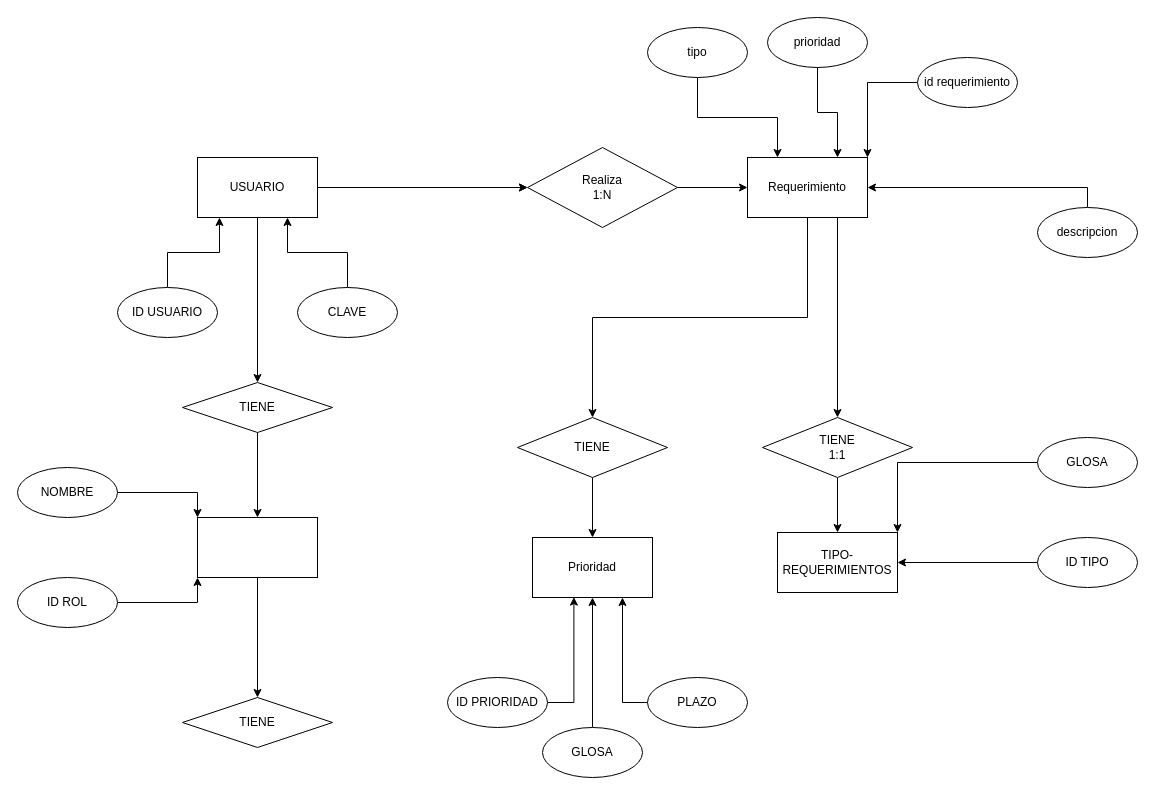
This is TALLER DE PROGRAMACIÓN/ENE_PRO201_2020/DIAGRAMA/Diagrama.drawio from DarkSpectrum7/AIEP, a draw.io file, before an edit. Source tidied: cells renumbered, new cells numbered last; positions are measured from the earlier drawing's top-left corner, leaving out a move shared by most shapes. Both pictures are drawn from the tidied source at 100%, with x=0, y=0 at pixel (17, 17).
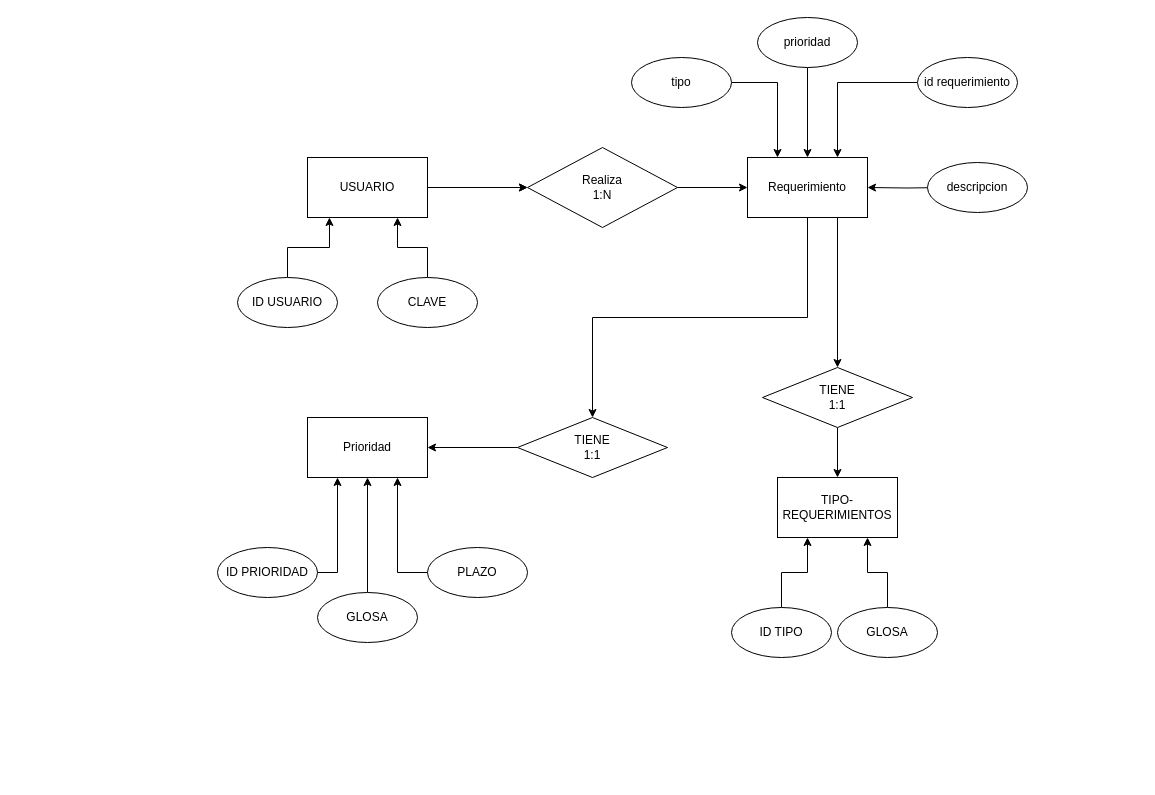
The same page after the edit.

The change refers to these unchanged cells:
```xml
<mxCell id="6" value="Requerimiento" style="rounded=0;whiteSpace=wrap;html=1;" parent="1" vertex="1">
  <mxGeometry x="730" y="140" width="120" height="60" as="geometry" />
</mxCell>
<mxCell id="15" value="id requerimiento" style="ellipse;whiteSpace=wrap;html=1;" parent="1" vertex="1">
  <mxGeometry x="900" y="40" width="100" height="50" as="geometry" />
</mxCell>
```

What changed in the source:
```diff
@@
-    <mxCell id="2" style="edgeStyle=orthogonalEdgeStyle;rounded=0;jettySize=auto;html=1;exitX=0.5;exitY=1;exitDx=0;exitDy=0;entryX=0.5;entryY=0;entryDx=0;entryDy=0;" parent="1" edge="1" source="3" target="43">
-      <mxGeometry relative="1" as="geometry" />
-    </mxCell>
     <mxCell id="3" value="USUARIO" style="rounded=0;whiteSpace=wrap;html=1;" parent="1" vertex="1">
-      <mxGeometry x="180" y="140" width="120" height="60" as="geometry" />
+      <mxGeometry x="290" y="140" width="120" height="60" as="geometry" />
     </mxCell>
@@
     <mxCell id="11" value="ID USUARIO" style="ellipse;whiteSpace=wrap;html=1;" parent="1" vertex="1">
-      <mxGeometry x="100" y="270" width="100" height="50" as="geometry" />
+      <mxGeometry x="220" y="260" width="100" height="50" as="geometry" />
     </mxCell>
@@
     <mxCell id="13" value="CLAVE" style="ellipse;whiteSpace=wrap;html=1;" parent="1" vertex="1">
-      <mxGeometry x="280" y="270" width="100" height="50" as="geometry" />
+      <mxGeometry x="360" y="260" width="100" height="50" as="geometry" />
     </mxCell>
-    <mxCell id="14" style="edgeStyle=orthogonalEdgeStyle;rounded=0;jettySize=auto;html=1;exitX=0;exitY=0.5;exitDx=0;exitDy=0;entryX=1;entryY=0;entryDx=0;entryDy=0;" parent="1" edge="1" source="15" target="6">
+    <mxCell id="14" style="edgeStyle=orthogonalEdgeStyle;rounded=0;jettySize=auto;html=1;exitX=0;exitY=0.5;exitDx=0;exitDy=0;entryX=0.75;entryY=0;entryDx=0;entryDy=0;" parent="1" edge="1" source="15" target="6">
       <mxGeometry relative="1" as="geometry" />
     </mxCell>
@@
-    <mxCell id="16" style="edgeStyle=orthogonalEdgeStyle;rounded=0;jettySize=auto;html=1;exitX=0.5;exitY=0;exitDx=0;exitDy=0;entryX=1;entryY=0.5;entryDx=0;entryDy=0;" parent="1" edge="1" source="17" target="6">
-      <mxGeometry relative="1" as="geometry" />
+    <mxCell id="16" style="edgeStyle=orthogonalEdgeStyle;rounded=0;jettySize=auto;html=1;entryX=1;entryY=0.5;entryDx=0;entryDy=0;" parent="1" edge="1" target="6">
+      <mxGeometry relative="1" as="geometry">
+        <mxPoint x="929" y="170" as="sourcePoint" />
+      </mxGeometry>
     </mxCell>
     <mxCell id="17" value="descripcion" style="ellipse;whiteSpace=wrap;html=1;" parent="1" vertex="1">
-      <mxGeometry x="1020" y="190" width="100" height="50" as="geometry" />
+      <mxGeometry x="910" y="145" width="100" height="50" as="geometry" />
     </mxCell>
-    <mxCell id="18" style="edgeStyle=orthogonalEdgeStyle;rounded=0;jettySize=auto;html=1;exitX=0.5;exitY=1;exitDx=0;exitDy=0;entryX=0.75;entryY=0;entryDx=0;entryDy=0;" parent="1" edge="1" source="19" target="6">
+    <mxCell id="18" style="edgeStyle=orthogonalEdgeStyle;rounded=0;jettySize=auto;html=1;exitX=0.5;exitY=1;exitDx=0;exitDy=0;entryX=0.5;entryY=0;entryDx=0;entryDy=0;" parent="1" edge="1" source="19" target="6">
       <mxGeometry relative="1" as="geometry" />
     </mxCell>
     <mxCell id="19" value="prioridad" style="ellipse;whiteSpace=wrap;html=1;" parent="1" vertex="1">
-      <mxGeometry x="750" width="100" height="50" as="geometry" />
+      <mxGeometry x="740" width="100" height="50" as="geometry" />
     </mxCell>
@@
     <mxCell id="23" value="tipo" style="ellipse;whiteSpace=wrap;html=1;" parent="1" vertex="1">
-      <mxGeometry x="630" y="10" width="100" height="50" as="geometry" />
+      <mxGeometry x="614" y="40" width="100" height="50" as="geometry" />
     </mxCell>
     <mxCell id="24" value="Prioridad" style="rounded=0;whiteSpace=wrap;html=1;" parent="1" vertex="1">
-      <mxGeometry x="515" y="520" width="120" height="60" as="geometry" />
+      <mxGeometry x="290" y="400" width="120" height="60" as="geometry" />
     </mxCell>
-    <mxCell id="25" style="edgeStyle=orthogonalEdgeStyle;rounded=0;jettySize=auto;html=1;exitX=1;exitY=0.5;exitDx=0;exitDy=0;entryX=0.345;entryY=0.993;entryDx=0;entryDy=0;entryPerimeter=0;" parent="1" edge="1" source="26" target="24">
+    <mxCell id="25" style="edgeStyle=orthogonalEdgeStyle;rounded=0;jettySize=auto;html=1;exitX=1;exitY=0.5;exitDx=0;exitDy=0;entryX=0.25;entryY=1;entryDx=0;entryDy=0;" parent="1" edge="1" source="26" target="24">
       <mxGeometry relative="1" as="geometry" />
     </mxCell>
     <mxCell id="26" value="ID PRIORIDAD" style="ellipse;whiteSpace=wrap;html=1;" parent="1" vertex="1">
-      <mxGeometry x="430" y="660" width="100" height="50" as="geometry" />
+      <mxGeometry x="200" y="530" width="100" height="50" as="geometry" />
     </mxCell>
@@
     <mxCell id="28" value="PLAZO" style="ellipse;whiteSpace=wrap;html=1;" parent="1" vertex="1">
-      <mxGeometry x="630" y="660" width="100" height="50" as="geometry" />
+      <mxGeometry x="410" y="530" width="100" height="50" as="geometry" />
     </mxCell>
-    <mxCell id="29" style="edgeStyle=orthogonalEdgeStyle;rounded=0;jettySize=auto;html=1;exitX=0.5;exitY=1;exitDx=0;exitDy=0;entryX=0.5;entryY=0;entryDx=0;entryDy=0;" parent="1" edge="1" source="30" target="24">
+    <mxCell id="29" style="edgeStyle=orthogonalEdgeStyle;rounded=0;jettySize=auto;html=1;exitX=0;exitY=0.5;exitDx=0;exitDy=0;entryX=1;entryY=0.5;entryDx=0;entryDy=0;" parent="1" edge="1" source="30" target="24">
       <mxGeometry relative="1" as="geometry" />
     </mxCell>
-    <mxCell id="30" value="TIENE" style="rhombus;whiteSpace=wrap;html=1;" parent="1" vertex="1">
+    <mxCell id="30" value="TIENE&lt;br&gt;1:1" style="rhombus;whiteSpace=wrap;html=1;" parent="1" vertex="1">
       <mxGeometry x="500" y="400" width="150" height="60" as="geometry" />
     </mxCell>
@@
     <mxCell id="32" value="GLOSA" style="ellipse;whiteSpace=wrap;html=1;" parent="1" vertex="1">
-      <mxGeometry x="525" y="710" width="100" height="50" as="geometry" />
+      <mxGeometry x="300" y="575" width="100" height="50" as="geometry" />
     </mxCell>
     <mxCell id="33" value="TIPO-REQUERIMIENTOS" style="rounded=0;whiteSpace=wrap;html=1;" parent="1" vertex="1">
-      <mxGeometry x="760" y="515" width="120" height="60" as="geometry" />
+      <mxGeometry x="760" y="460" width="120" height="60" as="geometry" />
     </mxCell>
@@
     <mxCell id="35" value="&lt;div&gt;TIENE&lt;/div&gt;&lt;div&gt;1:1&lt;br&gt;&lt;/div&gt;" style="rhombus;whiteSpace=wrap;html=1;" parent="1" vertex="1">
-      <mxGeometry x="745" y="400" width="150" height="60" as="geometry" />
+      <mxGeometry x="745" y="350" width="150" height="60" as="geometry" />
     </mxCell>
-    <mxCell id="36" style="edgeStyle=orthogonalEdgeStyle;rounded=0;jettySize=auto;html=1;exitX=0;exitY=0.5;exitDx=0;exitDy=0;" parent="1" edge="1" source="37" target="33">
+    <mxCell id="36" style="edgeStyle=orthogonalEdgeStyle;rounded=0;jettySize=auto;html=1;exitX=0.5;exitY=0;exitDx=0;exitDy=0;entryX=0.25;entryY=1;entryDx=0;entryDy=0;" parent="1" edge="1" source="37" target="33">
       <mxGeometry relative="1" as="geometry" />
     </mxCell>
     <mxCell id="37" value="ID TIPO" style="ellipse;whiteSpace=wrap;html=1;" parent="1" vertex="1">
-      <mxGeometry x="1020" y="520" width="100" height="50" as="geometry" />
+      <mxGeometry x="714" y="590" width="100" height="50" as="geometry" />
     </mxCell>
-    <mxCell id="38" style="edgeStyle=orthogonalEdgeStyle;rounded=0;jettySize=auto;html=1;entryX=1;entryY=0;entryDx=0;entryDy=0;" parent="1" edge="1" source="39" target="33">
+    <mxCell id="38" style="edgeStyle=orthogonalEdgeStyle;rounded=0;jettySize=auto;html=1;entryX=0.75;entryY=1;entryDx=0;entryDy=0;" parent="1" edge="1" source="39" target="33">
       <mxGeometry relative="1" as="geometry" />
     </mxCell>
     <mxCell id="39" value="GLOSA" style="ellipse;whiteSpace=wrap;html=1;" parent="1" vertex="1">
-      <mxGeometry x="1020" y="420" width="100" height="50" as="geometry" />
+      <mxGeometry x="820" y="590" width="100" height="50" as="geometry" />
     </mxCell>
-    <mxCell id="40" style="edgeStyle=orthogonalEdgeStyle;rounded=0;jettySize=auto;html=1;exitX=0.5;exitY=1;exitDx=0;exitDy=0;" parent="1" edge="1" source="41" target="48">
-      <mxGeometry relative="1" as="geometry" />
-    </mxCell>
-    <mxCell id="41" style="rounded=0;whiteSpace=wrap;html=1;" parent="1" vertex="1">
-      <mxGeometry x="180" y="500" width="120" height="60" as="geometry" />
-    </mxCell>
-    <mxCell id="42" style="edgeStyle=orthogonalEdgeStyle;rounded=0;jettySize=auto;html=1;exitX=0.5;exitY=1;exitDx=0;exitDy=0;entryX=0.5;entryY=0;entryDx=0;entryDy=0;" parent="1" edge="1" source="43" target="41">
-      <mxGeometry relative="1" as="geometry" />
-    </mxCell>
-    <mxCell id="43" value="TIENE" style="rhombus;whiteSpace=wrap;html=1;" parent="1" vertex="1">
-      <mxGeometry x="165" y="365" width="150" height="50" as="geometry" />
-    </mxCell>
-    <mxCell id="44" style="edgeStyle=orthogonalEdgeStyle;rounded=0;jettySize=auto;html=1;exitX=1;exitY=0.5;exitDx=0;exitDy=0;entryX=0;entryY=0;entryDx=0;entryDy=0;" parent="1" edge="1" source="45" target="41">
-      <mxGeometry relative="1" as="geometry" />
-    </mxCell>
-    <mxCell id="45" value="NOMBRE" style="ellipse;whiteSpace=wrap;html=1;" parent="1" vertex="1">
-      <mxGeometry y="450" width="100" height="50" as="geometry" />
-    </mxCell>
-    <mxCell id="46" style="edgeStyle=orthogonalEdgeStyle;rounded=0;jettySize=auto;html=1;exitX=1;exitY=0.5;exitDx=0;exitDy=0;entryX=0;entryY=1;entryDx=0;entryDy=0;" parent="1" edge="1" source="47" target="41">
-      <mxGeometry relative="1" as="geometry" />
-    </mxCell>
-    <mxCell id="47" value="ID ROL" style="ellipse;whiteSpace=wrap;html=1;" parent="1" vertex="1">
-      <mxGeometry y="560" width="100" height="50" as="geometry" />
-    </mxCell>
-    <mxCell id="48" value="TIENE" style="rhombus;whiteSpace=wrap;html=1;" parent="1" vertex="1">
-      <mxGeometry x="165" y="680" width="150" height="50" as="geometry" />
-    </mxCell>
```
